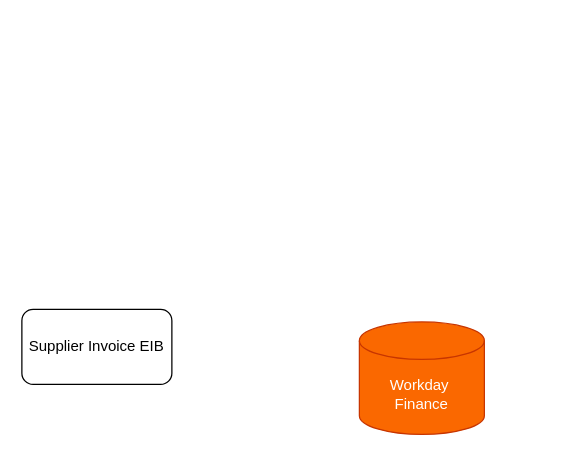
Above: deepL Solution Architecture (WD FIN).drawio in sandyaroma/sandyaroma (draw.io), before the change. Source tidied: cells renumbered, new cells numbered last; positions are measured from the earlier drawing's top-left corner, leaving out a move shared by most shapes. Both pictures are drawn from the tidied source at 125%, with x=0, y=0 at pixel (21, 309). Pictures stored in the file or linked from it are replaced by grey dashed boxes.
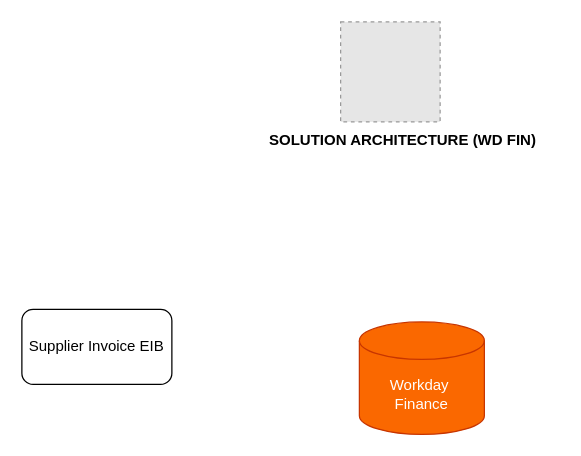
The same diagram, later.

What changed in the source:
```diff
@@
 <mxGraphModel>
   <root>
     <mxCell id="0" />
     <mxCell id="1" parent="0" />
     <mxCell id="2" value="Supplier Invoice EIB" style="rounded=1;whiteSpace=wrap;html=1;" parent="1" vertex="1">
       <mxGeometry width="120" height="60" as="geometry" />
     </mxCell>
     <mxCell id="3" value="&lt;font color=&quot;#ffffff&quot;&gt;Workday&amp;nbsp;&lt;/font&gt;&lt;div&gt;&lt;font color=&quot;#ffffff&quot;&gt;Finance&lt;/font&gt;&lt;/div&gt;" style="shape=cylinder3;whiteSpace=wrap;html=1;boundedLbl=1;backgroundOutline=1;size=15;fillColor=#fa6800;fontColor=#000000;strokeColor=#C73500;" parent="1" vertex="1">
       <mxGeometry x="270" y="10" width="100" height="90" as="geometry" />
     </mxCell>
+    <mxCell id="4" style="fillColor=#E6E6E6;strokeColor=#999999;dashed=1;verticalLabelPosition=bottom;labelBackgroundColor=default;verticalAlign=top;" parent="1" vertex="1">
+      <mxGeometry x="255" y="-230" width="79.6" height="80" as="geometry" />
+    </mxCell>
+    <mxCell id="5" value="&lt;b&gt;SOLUTION ARCHITECTURE (WD FIN)&lt;/b&gt;" style="text;html=1;align=center;verticalAlign=middle;whiteSpace=wrap;rounded=0;" parent="1" vertex="1">
+      <mxGeometry x="180" y="-150" width="250" height="30" as="geometry" />
+    </mxCell>
   </root>
 </mxGraphModel>
```
